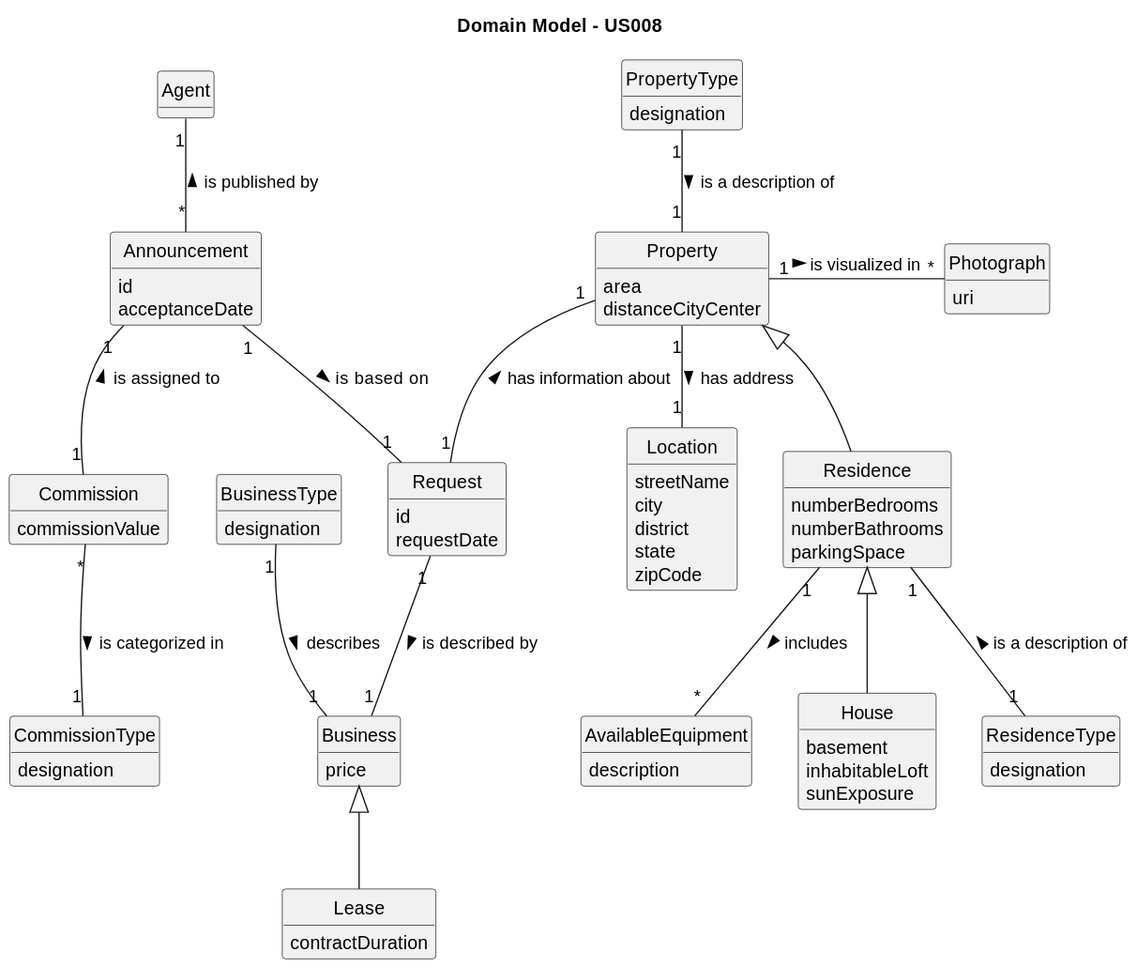
rita-barbosa/LAPR2-2223 keeps this PlantUML diagram as docs/sprintD/us008/02.analysis/svg/us008-domain-model.svg. Above is the earlier version.
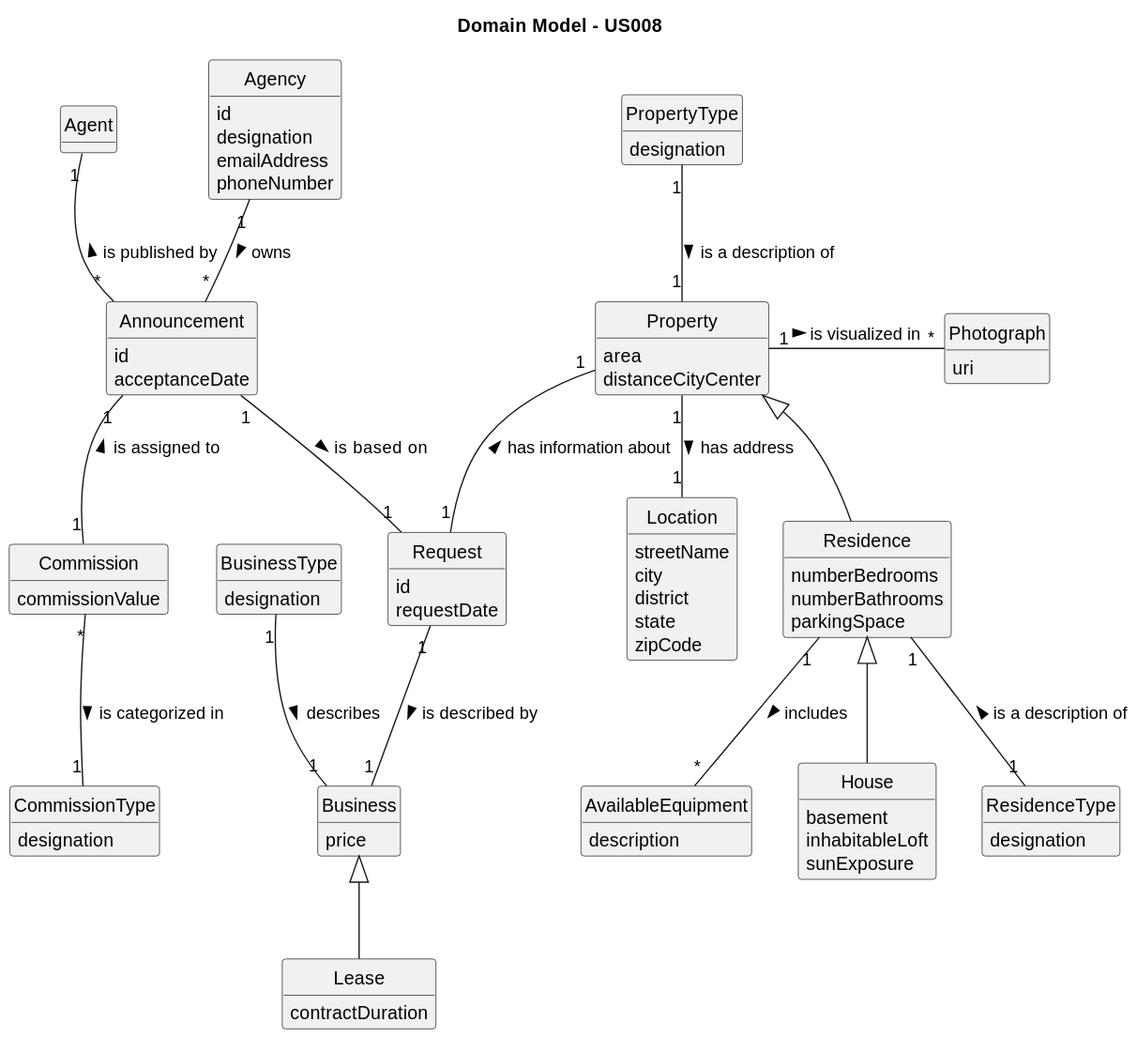
The same diagram one commit later.

Commit message:
Update Domain Model + SVG [US008][Analysis]

Diff of the diagram source:
```diff
@@ -12,6 +12,12 @@
 title Domain Model - US008
 
 
+class Agency {
+id
+designation
+emailAddress
+phoneNumber
+}
 
 class Announcement{
 id
@@ -102,4 +108,5 @@
 Request "1" -- "1" Business: is described by >
 BusinessType "1" -- "1" Business : describes >
 Announcement "1" -- "1" Request : is  based on >
+Agency "1" -- "*" Announcement: owns >
 @enduml
```
